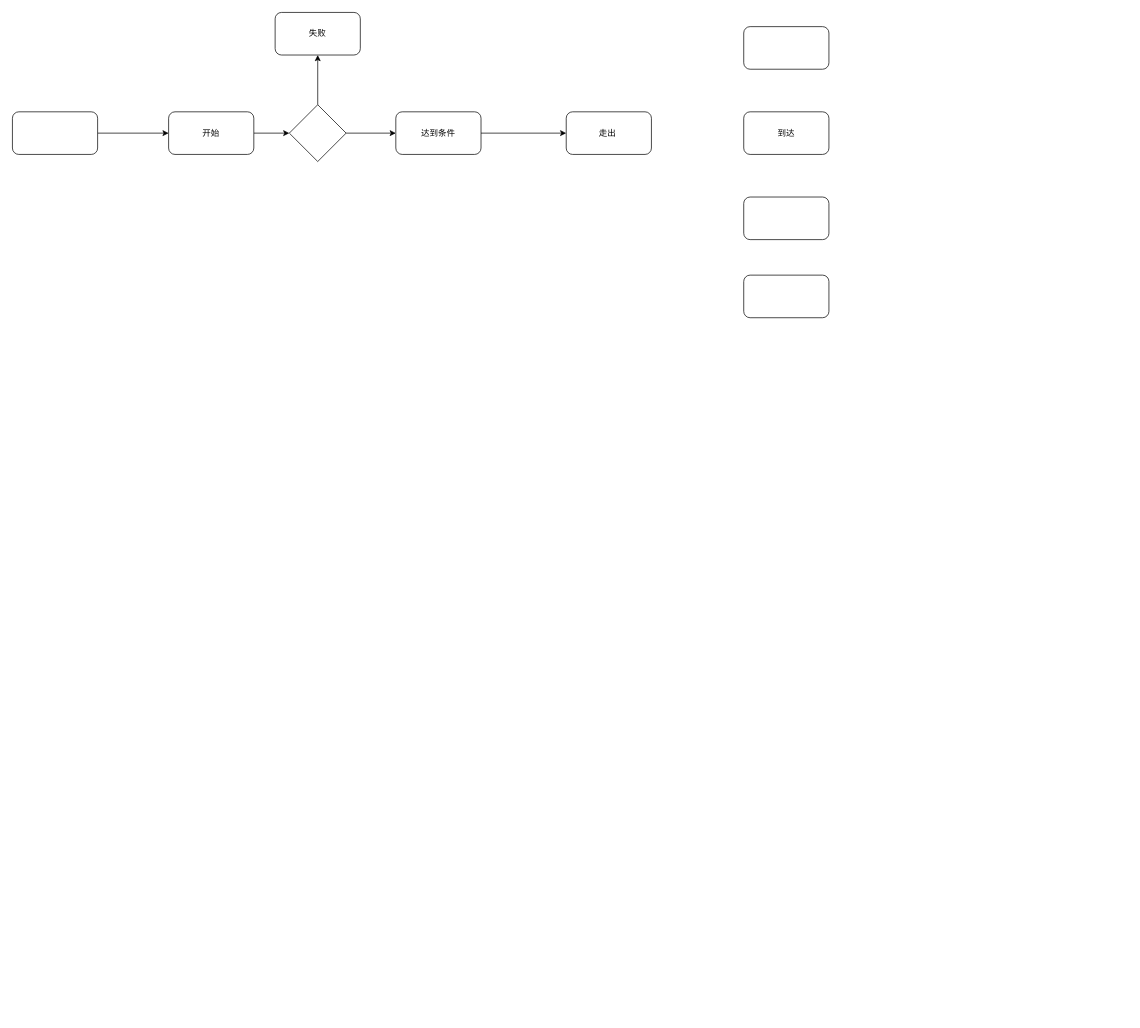
Above: src/story/chapter1/1.drawio in wdmzjwzz/game-demo (draw.io), before the change. Source tidied: cells renumbered, new cells numbered last; positions are measured from the earlier drawing's top-left corner, leaving out a move shared by most shapes. Both pictures are drawn from the tidied source at 71%, with x=0, y=0 at pixel (12, 12).
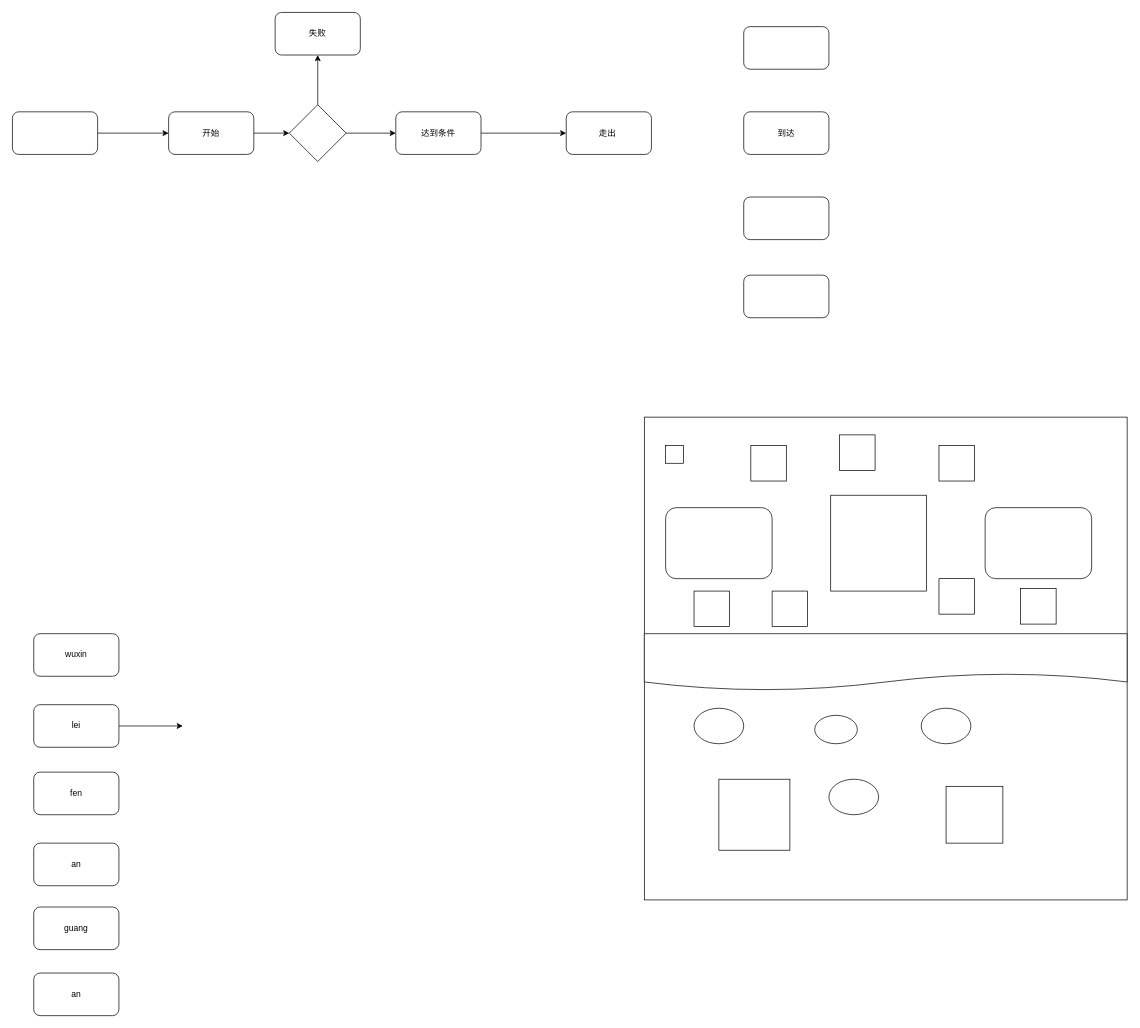
The same diagram, later.

Diff of the diagram source:
```diff
@@
+    <mxCell id="17" style="whiteSpace=wrap;html=1;" parent="1" vertex="1">
+      <mxGeometry x="890" y="570" width="680" height="680" as="geometry" />
+    </mxCell>
+    <mxCell id="18" style="rounded=1;whiteSpace=wrap;html=1;" parent="1" vertex="1">
+      <mxGeometry x="1370" y="697.5" width="150" height="100" as="geometry" />
+    </mxCell>
+    <mxCell id="19" style="rounded=1;whiteSpace=wrap;html=1;" parent="1" vertex="1">
+      <mxGeometry x="920" y="697.5" width="150" height="100" as="geometry" />
+    </mxCell>
+    <mxCell id="20" style="shape=document;whiteSpace=wrap;html=1;boundedLbl=1;" parent="1" vertex="1">
+      <mxGeometry x="890" y="875" width="680" height="80" as="geometry" />
+    </mxCell>
+    <mxCell id="21" style="ellipse;whiteSpace=wrap;html=1;" parent="1" vertex="1">
+      <mxGeometry x="1150" y="1080" width="70" height="50" as="geometry" />
+    </mxCell>
+    <mxCell id="22" style="ellipse;whiteSpace=wrap;html=1;" parent="1" vertex="1">
+      <mxGeometry x="1130" y="990" width="60" height="40" as="geometry" />
+    </mxCell>
+    <mxCell id="23" style="ellipse;whiteSpace=wrap;html=1;" parent="1" vertex="1">
+      <mxGeometry x="1280" y="980" width="70" height="50" as="geometry" />
+    </mxCell>
+    <mxCell id="24" style="whiteSpace=wrap;html=1;" parent="1" vertex="1">
+      <mxGeometry x="995" y="1080" width="100" height="100" as="geometry" />
+    </mxCell>
+    <mxCell id="25" style="whiteSpace=wrap;html=1;" parent="1" vertex="1">
+      <mxGeometry x="1315" y="1090" width="80" height="80" as="geometry" />
+    </mxCell>
+    <mxCell id="26" style="ellipse;whiteSpace=wrap;html=1;" parent="1" vertex="1">
+      <mxGeometry x="960" y="980" width="70" height="50" as="geometry" />
+    </mxCell>
+    <mxCell id="27" style="whiteSpace=wrap;html=1;" parent="1" vertex="1">
+      <mxGeometry x="1152.5" y="680" width="135" height="135" as="geometry" />
+    </mxCell>
+    <mxCell id="28" style="whiteSpace=wrap;html=1;" parent="1" vertex="1">
+      <mxGeometry x="1040" y="610" width="50" height="50" as="geometry" />
+    </mxCell>
+    <mxCell id="29" style="whiteSpace=wrap;html=1;" parent="1" vertex="1">
+      <mxGeometry x="1305" y="610" width="50" height="50" as="geometry" />
+    </mxCell>
+    <mxCell id="30" style="whiteSpace=wrap;html=1;" parent="1" vertex="1">
+      <mxGeometry x="1165" y="595" width="50" height="50" as="geometry" />
+    </mxCell>
+    <mxCell id="31" style="whiteSpace=wrap;html=1;" parent="1" vertex="1">
+      <mxGeometry x="960" y="815" width="50" height="50" as="geometry" />
+    </mxCell>
+    <mxCell id="32" style="whiteSpace=wrap;html=1;" parent="1" vertex="1">
+      <mxGeometry x="1070" y="815" width="50" height="50" as="geometry" />
+    </mxCell>
+    <mxCell id="33" style="whiteSpace=wrap;html=1;" parent="1" vertex="1">
+      <mxGeometry x="1305" y="797.5" width="50" height="50" as="geometry" />
+    </mxCell>
+    <mxCell id="34" style="whiteSpace=wrap;html=1;" parent="1" vertex="1">
+      <mxGeometry x="1420" y="811.5" width="50" height="50" as="geometry" />
+    </mxCell>
+    <mxCell id="35" style="whiteSpace=wrap;html=1;" parent="1" vertex="1">
+      <mxGeometry x="920" y="610" width="25" height="25" as="geometry" />
+    </mxCell>
+    <mxCell id="36" style="edgeStyle=orthogonalEdgeStyle;rounded=0;jettySize=auto;html=1;" parent="1" edge="1" source="37">
+      <mxGeometry relative="1" as="geometry">
+        <mxPoint x="240" y="1005" as="targetPoint" />
+      </mxGeometry>
+    </mxCell>
+    <mxCell id="37" value="lei" style="rounded=1;whiteSpace=wrap;html=1;" parent="1" vertex="1">
+      <mxGeometry x="30" y="975" width="120" height="60" as="geometry" />
+    </mxCell>
+    <mxCell id="38" value="fen" style="rounded=1;whiteSpace=wrap;html=1;" parent="1" vertex="1">
+      <mxGeometry x="30" y="1070" width="120" height="60" as="geometry" />
+    </mxCell>
+    <mxCell id="39" value="an" style="rounded=1;whiteSpace=wrap;html=1;" parent="1" vertex="1">
+      <mxGeometry x="30" y="1170" width="120" height="60" as="geometry" />
+    </mxCell>
+    <mxCell id="40" value="wuxin" style="rounded=1;whiteSpace=wrap;html=1;" parent="1" vertex="1">
+      <mxGeometry x="30" y="875" width="120" height="60" as="geometry" />
+    </mxCell>
+    <mxCell id="41" value="guang" style="rounded=1;whiteSpace=wrap;html=1;" parent="1" vertex="1">
+      <mxGeometry x="30" y="1260" width="120" height="60" as="geometry" />
+    </mxCell>
+    <mxCell id="42" value="an" style="rounded=1;whiteSpace=wrap;html=1;" parent="1" vertex="1">
+      <mxGeometry x="30" y="1353" width="120" height="60" as="geometry" />
+    </mxCell>
```
